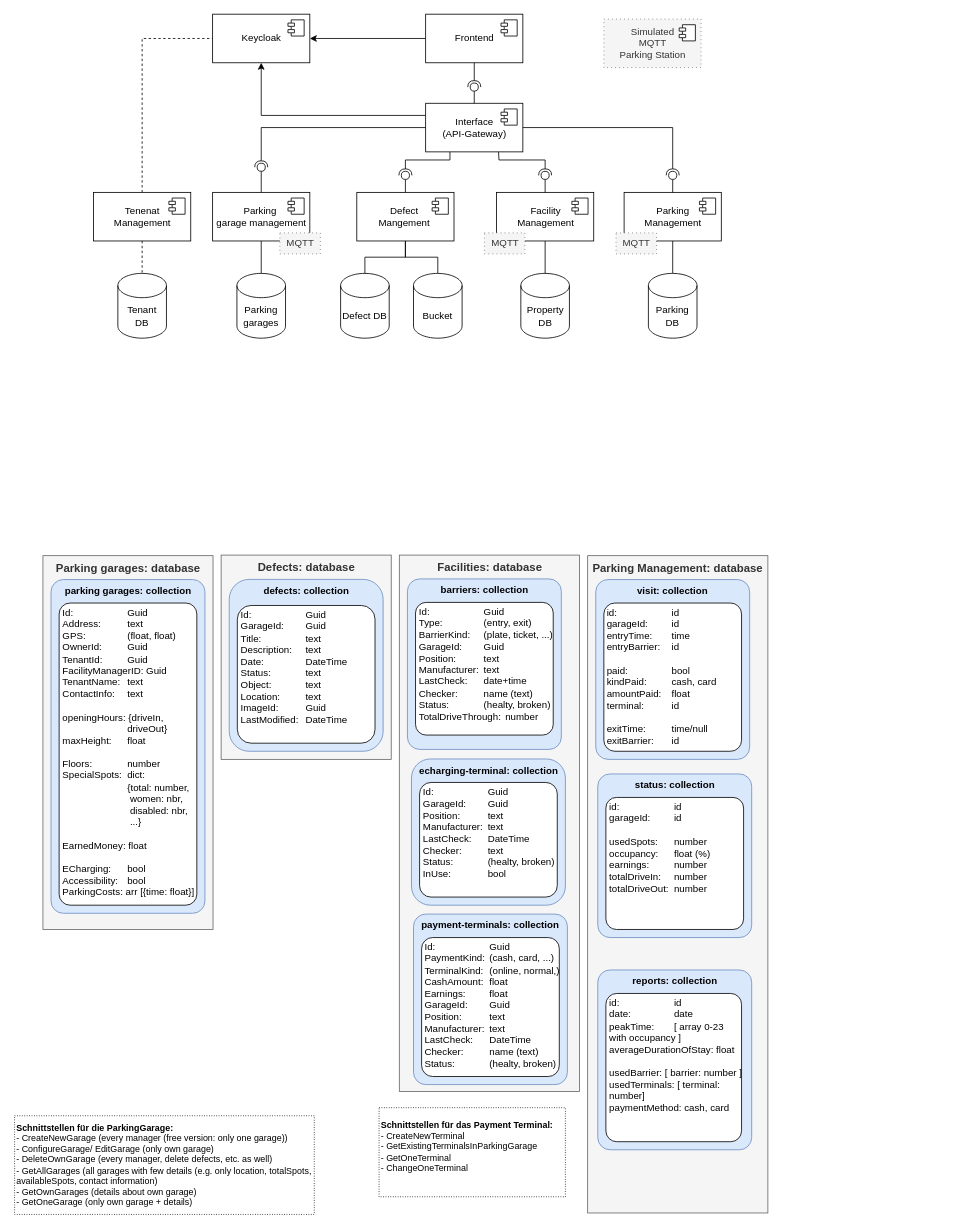
This is page "Architektur" (4 of 9) of docu/parking_management.drawio from msi-cad-vw/.github, a draw.io file, before an edit. Source tidied: cells renumbered, new cells numbered last; positions are measured from the earlier drawing's top-left corner, leaving out a move shared by most shapes. Both pictures are drawn from the tidied source at 81%, with x=0, y=0 at pixel (14, 14).
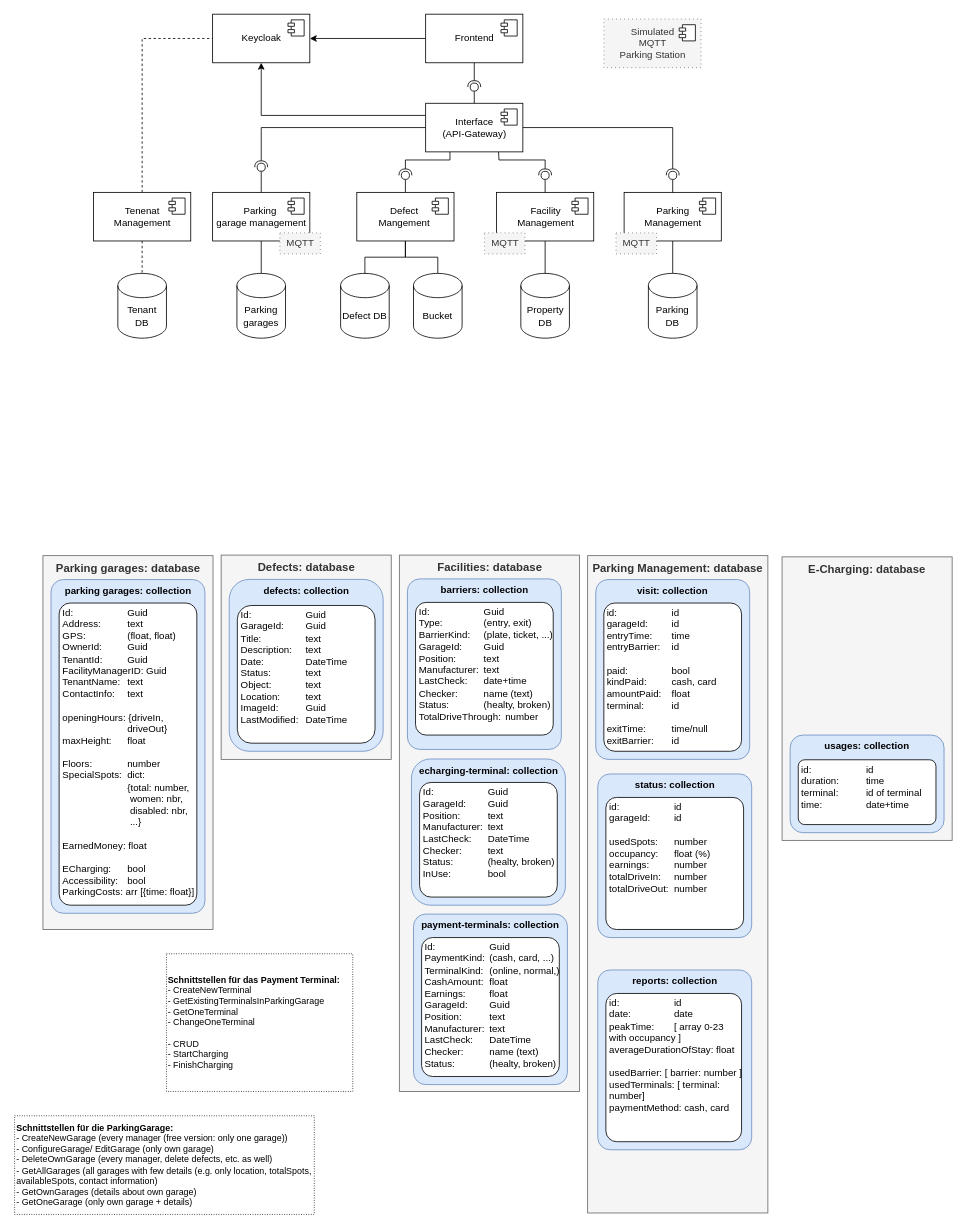
The same page after the edit.

Change to the diagram source:
```diff
@@
-    <mxCell id="51" value="&lt;b&gt;Schnittstellen für das Payment Terminal:&lt;/b&gt;&lt;br&gt;- CreateNewTerminal&lt;br&gt;- GetExistingTerminalsInParkingGarage&lt;br&gt;- GetOneTerminal&lt;br&gt;- ChangeOneTerminal&lt;br&gt;&lt;br&gt;" style="rounded=0;whiteSpace=wrap;html=1;dashed=1;dashPattern=1 2;fontSize=11;fontColor=#000000;align=left;" parent="1" vertex="1">
-      <mxGeometry x="450.5" y="1350" width="230" height="110" as="geometry" />
+    <mxCell id="51" value="&lt;b&gt;Schnittstellen für das Payment Terminal:&lt;/b&gt;&lt;br&gt;- CreateNewTerminal&lt;br&gt;- GetExistingTerminalsInParkingGarage&lt;br&gt;- GetOneTerminal&lt;br&gt;- ChangeOneTerminal&lt;br&gt;&lt;br&gt;- CRUD&lt;br&gt;- StartCharging&lt;br&gt;- FinishCharging" style="rounded=0;whiteSpace=wrap;html=1;dashed=1;dashPattern=1 2;fontSize=11;fontColor=#000000;align=left;" parent="1" vertex="1">
+      <mxGeometry x="188" y="1160" width="230" height="170" as="geometry" />
     </mxCell>
@@
+    <mxCell id="75" value="&lt;b&gt;&lt;font style=&quot;font-size: 14px;&quot;&gt;E-Charging: database&lt;/font&gt;&lt;/b&gt;" style="rounded=0;whiteSpace=wrap;html=1;verticalAlign=top;fillColor=#f5f5f5;strokeColor=#666666;fontColor=#333333;" parent="1" vertex="1">
+      <mxGeometry x="948" y="670" width="210" height="350" as="geometry" />
+    </mxCell>
+    <mxCell id="76" value="usages: collection" style="rounded=1;whiteSpace=wrap;html=1;verticalAlign=top;arcSize=13;fontStyle=1;fillColor=#dae8fc;strokeColor=#6c8ebf;" parent="1" vertex="1">
+      <mxGeometry x="958" y="890" width="190" height="120.5" as="geometry" />
+    </mxCell>
+    <mxCell id="77" value="&lt;div style=&quot;text-align: center;&quot;&gt;&lt;/div&gt;id:&lt;span style=&quot;&quot;&gt;&#9;&lt;span style=&quot;white-space: pre;&quot;&gt;&#9;&lt;/span&gt;&lt;span style=&quot;white-space: pre;&quot;&gt;&#9;&lt;/span&gt;&lt;span style=&quot;white-space: pre;&quot;&gt;&#9;&lt;/span&gt;&lt;/span&gt;id&lt;br&gt;duration:&lt;span style=&quot;white-space: pre;&quot;&gt;&#9;&lt;/span&gt;&lt;span style=&quot;white-space: pre;&quot;&gt;&#9;&lt;/span&gt;time&lt;br&gt;terminal:&lt;span style=&quot;&quot;&gt;&#9;&lt;span style=&quot;white-space: pre;&quot;&gt;&#9;&lt;/span&gt;&lt;span style=&quot;white-space: pre;&quot;&gt;&#9;&lt;/span&gt;&lt;/span&gt;id of terminal&lt;br&gt;time:&lt;span style=&quot;white-space: pre;&quot;&gt;&#9;&lt;/span&gt;&lt;span style=&quot;white-space: pre;&quot;&gt;&#9;&lt;/span&gt;date+time" style="rounded=1;whiteSpace=wrap;html=1;verticalAlign=top;align=left;spacingLeft=4;spacing=0;spacingTop=0;arcSize=10;" parent="1" vertex="1">
+      <mxGeometry x="968" y="920.5" width="170" height="80" as="geometry" />
+    </mxCell>
```
